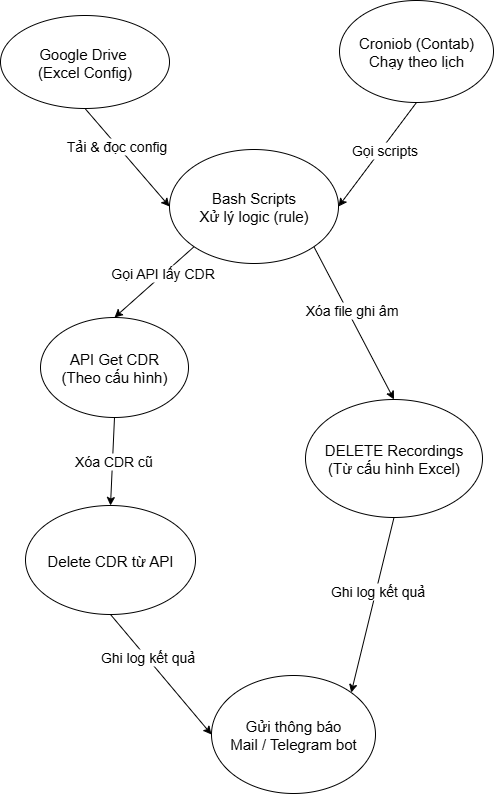
This is cron_clear_recordings_cdr_flow.png from Trunks-Pham/delete-cdr-recording-auto, a draw.io export, as it was before one commit. Source tidied: cells renumbered, new cells last; positions are measured from the earlier drawing's top-left corner, leaving out a move shared by most shapes.
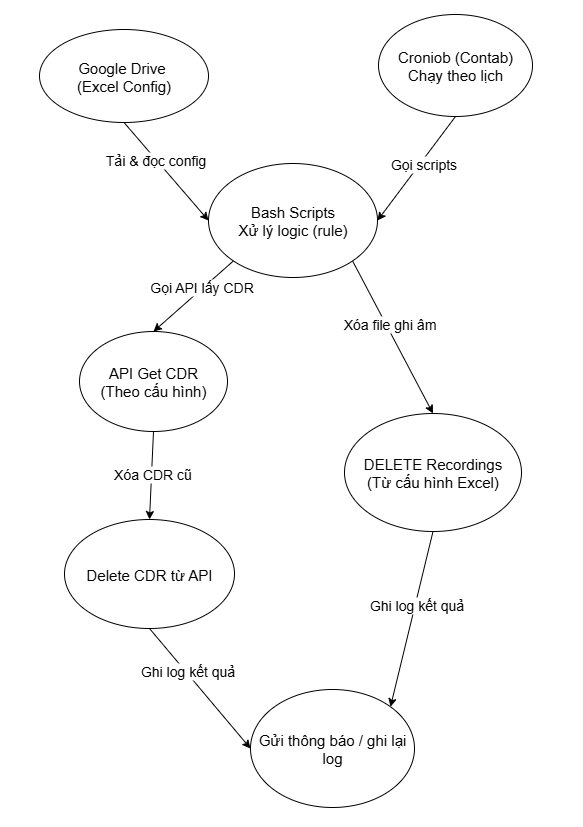
The same diagram one commit later.

What changed in the source:
```diff
@@ -11,7 +11,7 @@
     <mxCell id="4" value="&lt;font style=&quot;font-size: 15px;&quot;&gt;Delete CDR từ API&lt;/font&gt;" style="ellipse;whiteSpace=wrap;html=1;" parent="1" vertex="1">
       <mxGeometry x="25" y="505" width="170" height="109" as="geometry" />
     </mxCell>
-    <mxCell id="5" value="&lt;font style=&quot;font-size: 15px;&quot;&gt;Gửi thông báo&lt;/font&gt;&lt;div&gt;&lt;font style=&quot;font-size: 15px;&quot;&gt;Mail / Telegram bot&lt;/font&gt;&lt;/div&gt;" style="ellipse;whiteSpace=wrap;html=1;" parent="1" vertex="1">
+    <mxCell id="5" value="&lt;font style=&quot;font-size: 15px;&quot;&gt;Gửi thông báo / ghi lại log&lt;/font&gt;" style="ellipse;whiteSpace=wrap;html=1;" parent="1" vertex="1">
       <mxGeometry x="211" y="675" width="164" height="118" as="geometry" />
     </mxCell>
     <mxCell id="6" value="&lt;font style=&quot;font-size: 15px;&quot;&gt;API Get CDR&lt;/font&gt;&lt;div&gt;&lt;font style=&quot;font-size: 15px;&quot;&gt;(Theo cấu hình)&lt;/font&gt;&lt;/div&gt;" style="ellipse;whiteSpace=wrap;html=1;" parent="1" vertex="1">
```
